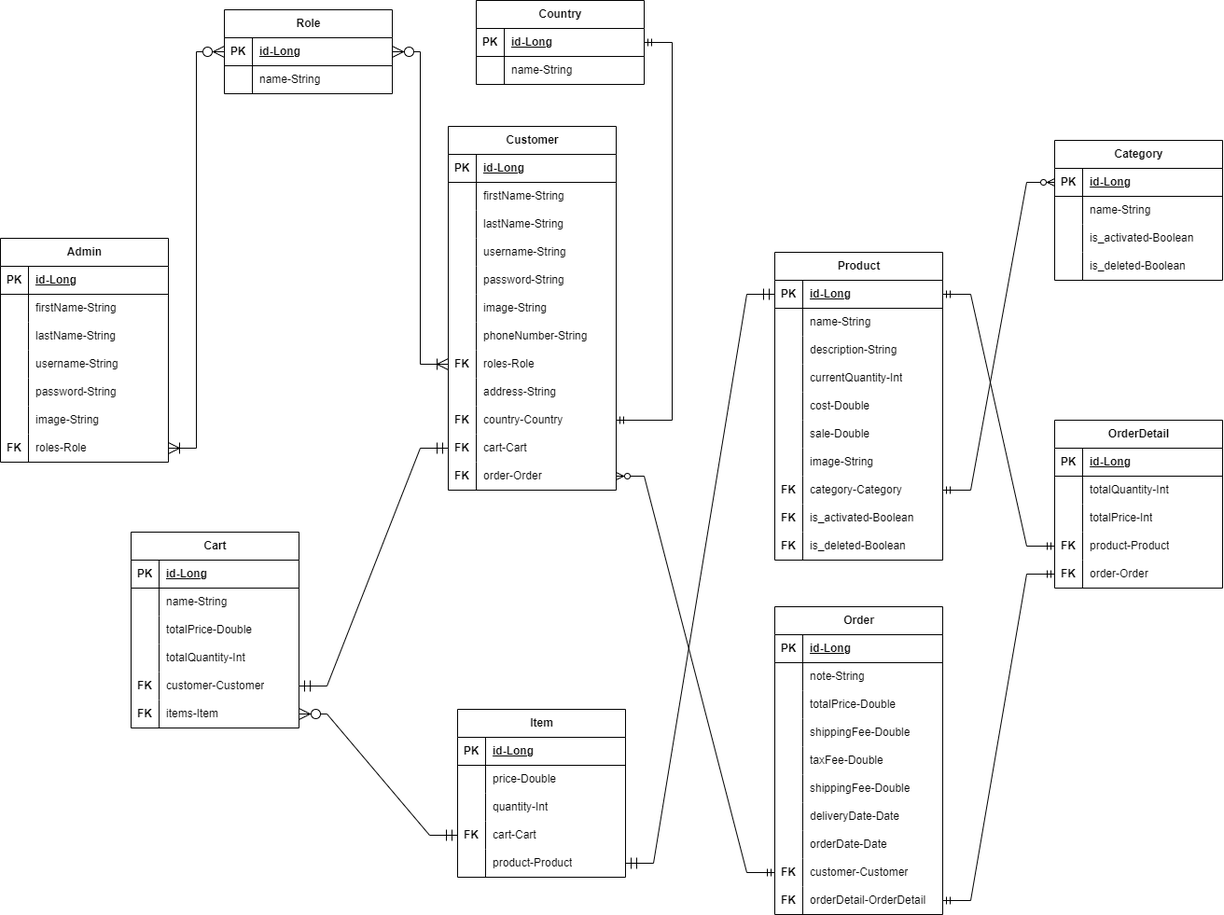
This is Ecommerce.png from tmt203/SpringCommerce, a draw.io export, as it was before one commit. Source tidied: cells renumbered, new cells last; positions are measured from the earlier drawing's top-left corner, leaving out a move shared by most shapes.
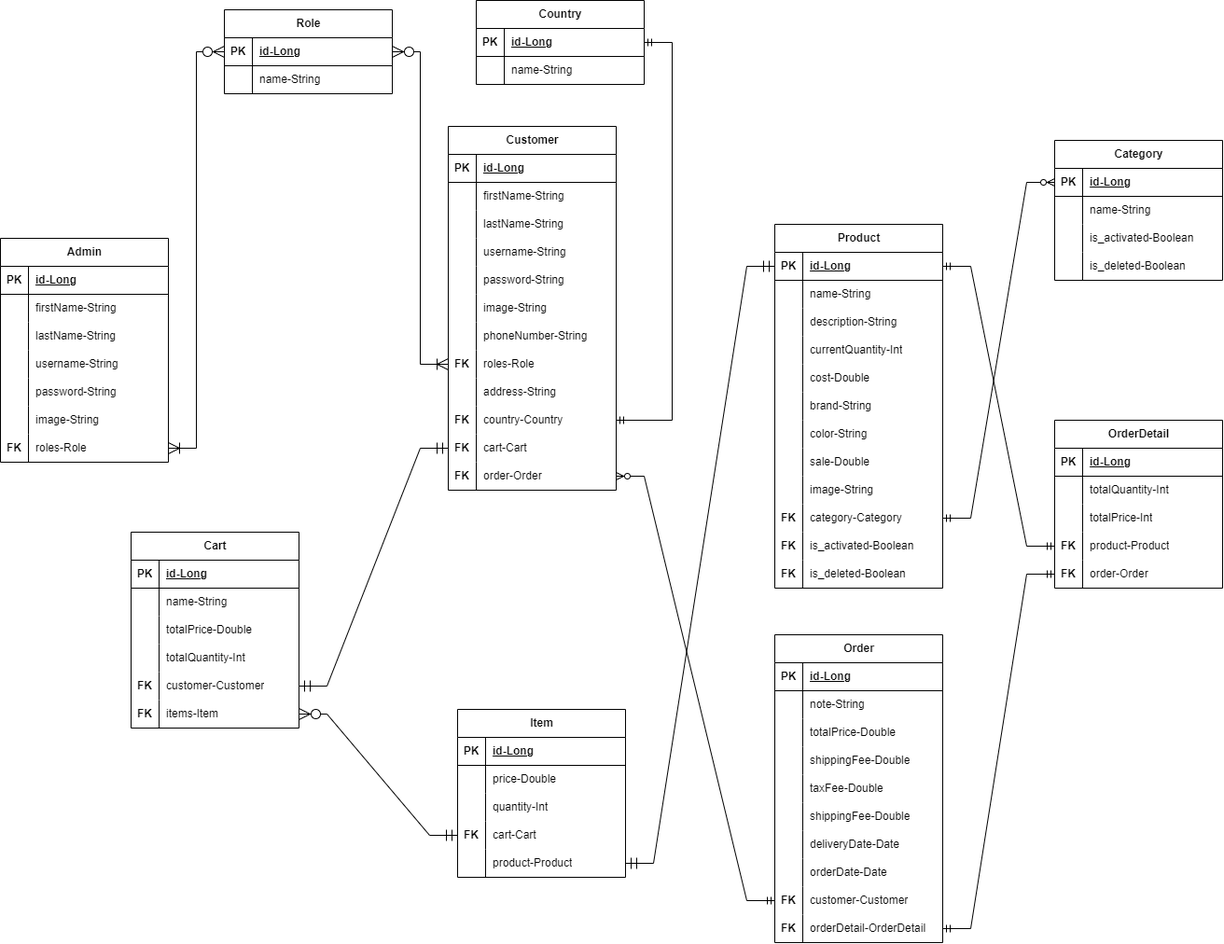
After the commit.

Diff of the diagram source:
```diff
@@ -342,7 +342,7 @@
       <mxGeometry relative="1" as="geometry" />
     </mxCell>
     <mxCell id="115" value="Product" style="shape=table;startSize=30;rowLines=0;fontStyle=1;align=center;html=1;" parent="1" vertex="1">
-      <mxGeometry x="830" y="270" width="180" height="330" as="geometry" />
+      <mxGeometry x="830" y="240" width="180" height="390" as="geometry" />
     </mxCell>
     <mxCell id="116" style="shape=tableRow;horizontal=0;startSize=0;swimlaneHead=0;swimlaneBody=0;fillColor=none;points=[[0,0.5],[1,0.5]];portConstraint=eastwest;top=0;left=0;right=0;bottom=1;" parent="115" vertex="1">
       <mxGeometry y="30" width="180" height="30" as="geometry" />
@@ -389,8 +389,26 @@
     <mxCell id="130" value="cost-Double" style="shape=partialRectangle;fillColor=none;top=0;left=0;bottom=0;right=0;align=left;spacingLeft=6;overflow=hidden;whiteSpace=wrap;html=1;" parent="128" vertex="1">
       <mxGeometry x="30" width="150" height="30" as="geometry" />
     </mxCell>
+    <mxCell id="211" style="shape=tableRow;horizontal=0;startSize=0;swimlaneHead=0;swimlaneBody=0;fillColor=none;top=0;left=0;right=0;bottom=0;" parent="115" vertex="1">
+      <mxGeometry y="180" width="180" height="30" as="geometry" />
+    </mxCell>
+    <mxCell id="212" style="shape=partialRectangle;fillColor=none;top=0;left=0;bottom=0;right=0;overflow=hidden;whiteSpace=wrap;html=1;" parent="211" vertex="1">
+      <mxGeometry width="30" height="30" as="geometry" />
+    </mxCell>
+    <mxCell id="213" value="brand-String" style="shape=partialRectangle;fillColor=none;top=0;left=0;bottom=0;right=0;align=left;spacingLeft=6;overflow=hidden;whiteSpace=wrap;html=1;" parent="211" vertex="1">
+      <mxGeometry x="30" width="150" height="30" as="geometry" />
+    </mxCell>
+    <mxCell id="214" style="shape=tableRow;horizontal=0;startSize=0;swimlaneHead=0;swimlaneBody=0;fillColor=none;top=0;left=0;right=0;bottom=0;" parent="115" vertex="1">
+      <mxGeometry y="210" width="180" height="30" as="geometry" />
+    </mxCell>
+    <mxCell id="215" style="shape=partialRectangle;fillColor=none;top=0;left=0;bottom=0;right=0;overflow=hidden;whiteSpace=wrap;html=1;" parent="214" vertex="1">
+      <mxGeometry width="30" height="30" as="geometry" />
+    </mxCell>
+    <mxCell id="216" value="color-String" style="shape=partialRectangle;fillColor=none;top=0;left=0;bottom=0;right=0;align=left;spacingLeft=6;overflow=hidden;whiteSpace=wrap;html=1;" parent="214" vertex="1">
+      <mxGeometry x="30" width="150" height="30" as="geometry" />
+    </mxCell>
     <mxCell id="131" style="shape=tableRow;horizontal=0;startSize=0;swimlaneHead=0;swimlaneBody=0;fillColor=none;top=0;left=0;right=0;bottom=0;" parent="115" vertex="1">
-      <mxGeometry y="180" width="180" height="30" as="geometry" />
+      <mxGeometry y="240" width="180" height="30" as="geometry" />
     </mxCell>
     <mxCell id="132" style="shape=partialRectangle;fillColor=none;top=0;left=0;bottom=0;right=0;overflow=hidden;whiteSpace=wrap;html=1;" parent="131" vertex="1">
       <mxGeometry width="30" height="30" as="geometry" />
@@ -399,7 +417,7 @@
       <mxGeometry x="30" width="150" height="30" as="geometry" />
     </mxCell>
     <mxCell id="134" style="shape=tableRow;horizontal=0;startSize=0;swimlaneHead=0;swimlaneBody=0;fillColor=none;top=0;left=0;right=0;bottom=0;" parent="115" vertex="1">
-      <mxGeometry y="210" width="180" height="30" as="geometry" />
+      <mxGeometry y="270" width="180" height="30" as="geometry" />
     </mxCell>
     <mxCell id="135" style="shape=partialRectangle;fillColor=none;top=0;left=0;bottom=0;right=0;overflow=hidden;whiteSpace=wrap;html=1;" parent="134" vertex="1">
       <mxGeometry width="30" height="30" as="geometry" />
@@ -408,7 +426,7 @@
       <mxGeometry x="30" width="150" height="30" as="geometry" />
     </mxCell>
     <mxCell id="137" style="shape=tableRow;horizontal=0;startSize=0;swimlaneHead=0;swimlaneBody=0;fillColor=none;points=[[0,0.5],[1,0.5]];portConstraint=eastwest;top=0;left=0;right=0;bottom=0;" parent="115" vertex="1">
-      <mxGeometry y="240" width="180" height="30" as="geometry" />
+      <mxGeometry y="300" width="180" height="30" as="geometry" />
     </mxCell>
     <mxCell id="138" value="&lt;b&gt;FK&lt;/b&gt;" style="shape=partialRectangle;fillColor=none;top=0;left=0;bottom=0;right=0;overflow=hidden;whiteSpace=wrap;html=1;" parent="137" vertex="1">
       <mxGeometry width="30" height="30" as="geometry" />
@@ -417,7 +435,7 @@
       <mxGeometry x="30" width="150" height="30" as="geometry" />
     </mxCell>
     <mxCell id="140" style="shape=tableRow;horizontal=0;startSize=0;swimlaneHead=0;swimlaneBody=0;fillColor=none;top=0;left=0;right=0;bottom=0;" parent="115" vertex="1">
-      <mxGeometry y="270" width="180" height="30" as="geometry" />
+      <mxGeometry y="330" width="180" height="30" as="geometry" />
     </mxCell>
     <mxCell id="141" value="&lt;b&gt;FK&lt;/b&gt;" style="shape=partialRectangle;fillColor=none;top=0;left=0;bottom=0;right=0;overflow=hidden;whiteSpace=wrap;html=1;" parent="140" vertex="1">
       <mxGeometry width="30" height="30" as="geometry" />
@@ -426,7 +444,7 @@
       <mxGeometry x="30" width="150" height="30" as="geometry" />
     </mxCell>
     <mxCell id="143" style="shape=tableRow;horizontal=0;startSize=0;swimlaneHead=0;swimlaneBody=0;fillColor=none;top=0;left=0;right=0;bottom=0;" parent="115" vertex="1">
-      <mxGeometry y="300" width="180" height="30" as="geometry" />
+      <mxGeometry y="360" width="180" height="30" as="geometry" />
     </mxCell>
     <mxCell id="144" value="&lt;b&gt;FK&lt;/b&gt;" style="shape=partialRectangle;fillColor=none;top=0;left=0;bottom=0;right=0;overflow=hidden;whiteSpace=wrap;html=1;" parent="143" vertex="1">
       <mxGeometry width="30" height="30" as="geometry" />
@@ -480,7 +498,7 @@
       <mxGeometry relative="1" as="geometry" />
     </mxCell>
     <mxCell id="161" value="Order" style="shape=table;startSize=30;rowLines=0;fontStyle=1;align=center;html=1;" parent="1" vertex="1">
-      <mxGeometry x="830" y="650" width="180" height="330" as="geometry" />
+      <mxGeometry x="830" y="680" width="180" height="330" as="geometry" />
     </mxCell>
     <mxCell id="162" style="shape=tableRow;horizontal=0;startSize=0;swimlaneHead=0;swimlaneBody=0;fillColor=none;top=0;left=0;right=0;bottom=1;" parent="161" vertex="1">
       <mxGeometry y="30" width="180" height="30" as="geometry" />
```
